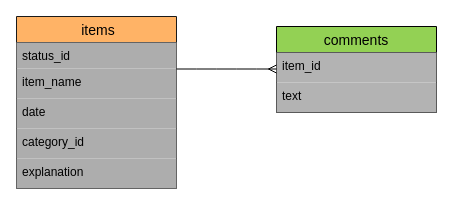
Above: memoly.dio in moonyu37/memoly-38802 (draw.io), before the change. Source tidied: cells renumbered, new cells numbered last; positions are measured from the earlier drawing's top-left corner, leaving out a move shared by most shapes. Both pictures are drawn from the tidied source at 100%, with x=0, y=0 at pixel (16, 16).
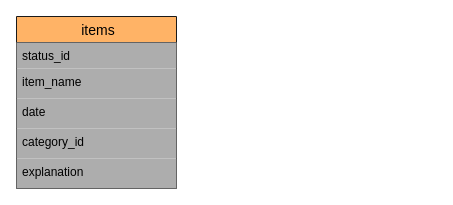
The same diagram, later.

The edit, as a diff of the source:
```diff
@@
 <mxGraphModel>
   <root>
     <mxCell id="0" />
     <mxCell id="1" parent="0" />
     <mxCell id="2" value=" items" style="swimlane;fontStyle=0;horizontal=1;startSize=26;align=center;fontSize=14;fillColor=#FFB366;strokeColor=#1A1A1A;" parent="1" vertex="1">
       <mxGeometry width="160" height="172" as="geometry" />
     </mxCell>
     <mxCell id="3" value="status_id" style="text;strokeColor=none;fillColor=#ADADAD;spacingLeft=4;spacingRight=4;overflow=hidden;fontSize=12;" parent="2" vertex="1">
       <mxGeometry y="26" width="160" height="26" as="geometry" />
     </mxCell>
     <mxCell id="4" value="item_name" style="text;strokeColor=none;fillColor=#ADADAD;spacingLeft=4;spacingRight=4;overflow=hidden;fontSize=12;" parent="2" vertex="1">
       <mxGeometry y="52" width="160" height="30" as="geometry" />
     </mxCell>
     <mxCell id="5" value="date" style="text;strokeColor=none;fillColor=#ADADAD;spacingLeft=4;spacingRight=4;overflow=hidden;fontSize=12;" parent="2" vertex="1">
       <mxGeometry y="82" width="160" height="30" as="geometry" />
     </mxCell>
     <mxCell id="6" value="category_id" style="text;strokeColor=none;fillColor=#ADADAD;spacingLeft=4;spacingRight=4;overflow=hidden;fontSize=12;" parent="2" vertex="1">
       <mxGeometry y="112" width="160" height="30" as="geometry" />
     </mxCell>
     <mxCell id="7" value="explanation" style="text;strokeColor=none;fillColor=#ADADAD;spacingLeft=4;spacingRight=4;overflow=hidden;fontSize=12;" parent="2" vertex="1">
       <mxGeometry y="142" width="160" height="30" as="geometry" />
     </mxCell>
-    <mxCell id="8" value="comments" style="swimlane;fontStyle=0;horizontal=1;startSize=26;align=center;fontSize=14;fillColor=#93D154;" parent="1" vertex="1">
-      <mxGeometry x="260" y="10" width="160" height="86" as="geometry" />
-    </mxCell>
-    <mxCell id="9" value="item_id" style="text;strokeColor=none;fillColor=#B3B3B3;spacingLeft=4;spacingRight=4;overflow=hidden;fontSize=12;shadow=0;" parent="8" vertex="1">
-      <mxGeometry y="26" width="160" height="30" as="geometry" />
-    </mxCell>
-    <mxCell id="10" value="text" style="text;strokeColor=none;fillColor=#B3B3B3;spacingLeft=4;spacingRight=4;overflow=hidden;fontSize=12;shadow=0;" parent="8" vertex="1">
-      <mxGeometry y="56" width="160" height="30" as="geometry" />
-    </mxCell>
-    <mxCell id="11" style="edgeStyle=entityRelationEdgeStyle;fontSize=12;html=1;endArrow=ERmany;" parent="1" edge="1">
-      <mxGeometry relative="1" as="geometry">
-        <mxPoint x="160" y="52.5" as="sourcePoint" />
-        <mxPoint x="260" y="52.5" as="targetPoint" />
-      </mxGeometry>
-    </mxCell>
   </root>
 </mxGraphModel>
```
